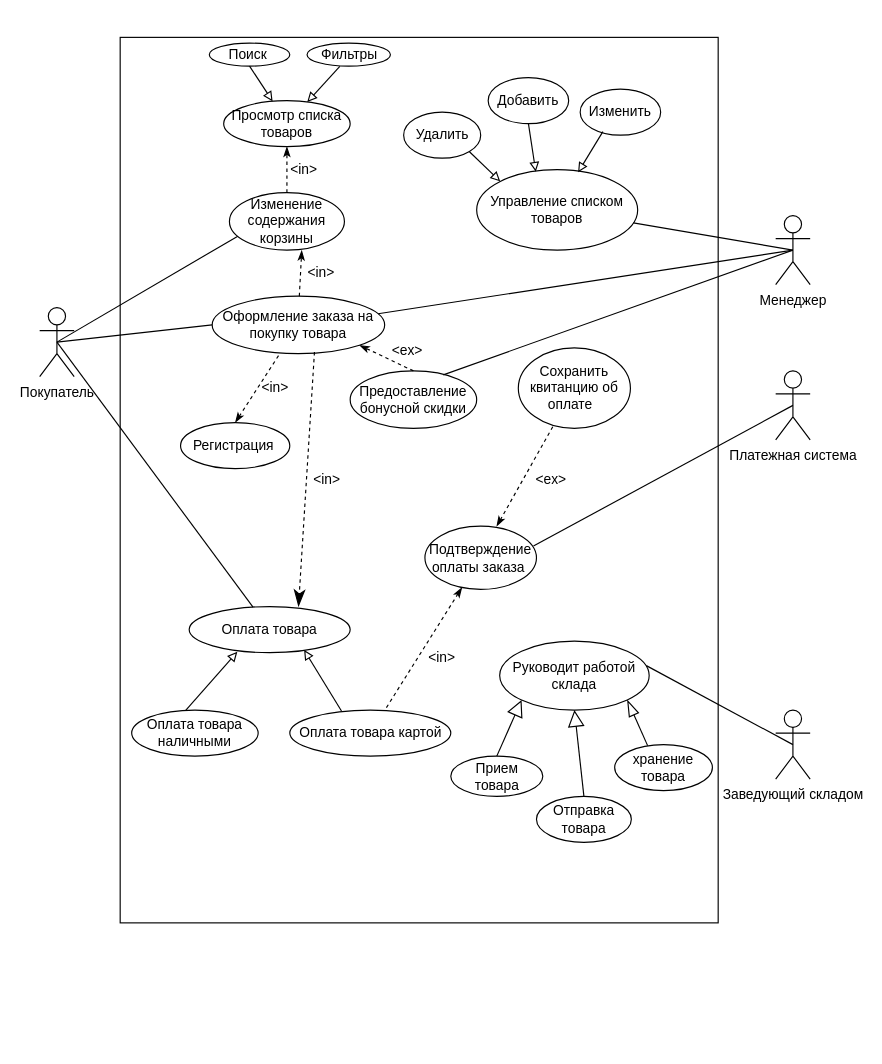
Above: Predmet_obl_use_case.drawio in ValeriaLebedeva/predmetnaya_obl_use_case (draw.io), before the change. Source tidied: cells renumbered, new cells numbered last; positions are measured from the earlier drawing's top-left corner, leaving out a move shared by most shapes. Both pictures are drawn from the tidied source at 115%, with x=0, y=0 at pixel (39, 37).
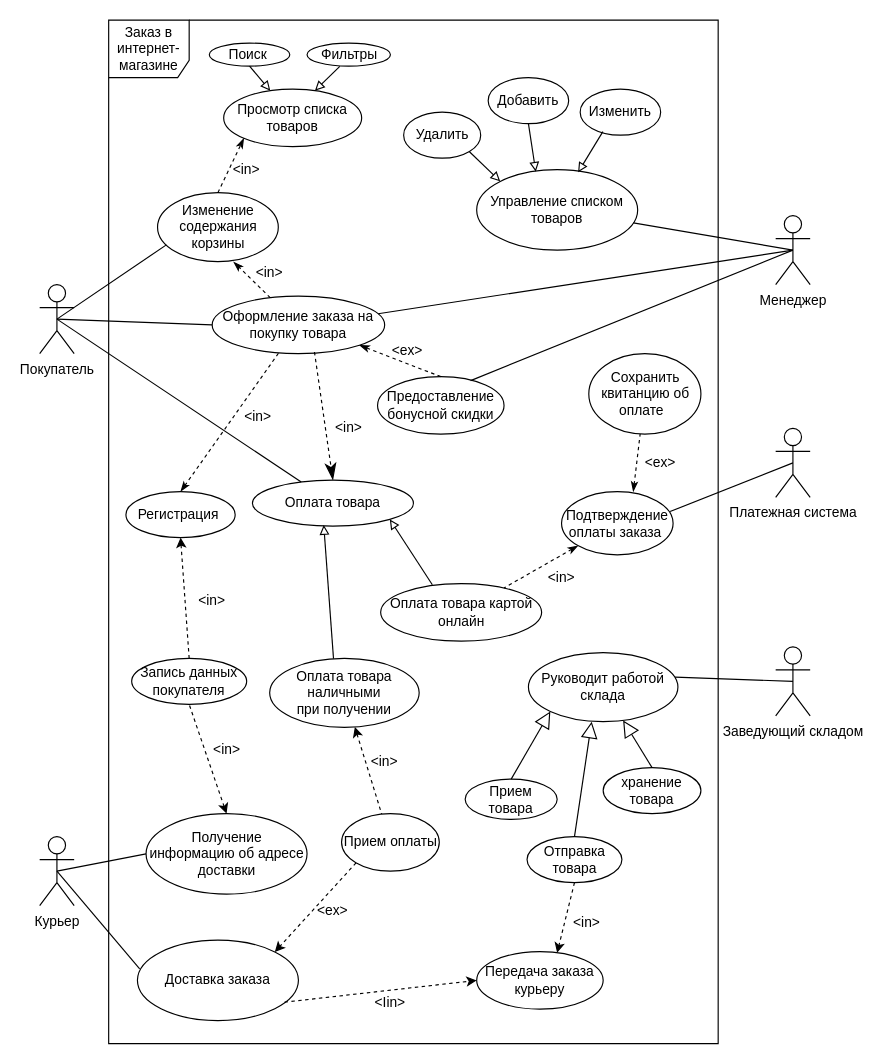
Above is the later version.

Unchanged cells that the change refers to:
```xml
<mxCell id="7" value="Оформление заказа на покупку товара" style="ellipse;whiteSpace=wrap;html=1;" parent="1" vertex="1">
  <mxGeometry x="150" y="225" width="150" height="50" as="geometry" />
</mxCell>
```

Diff of the diagram source:
```diff
@@
-    <mxCell id="2" style="rounded=0;whiteSpace=wrap;html=1;" parent="1" vertex="1">
-      <mxGeometry x="70" width="520" height="770" as="geometry" />
-    </mxCell>
+    <mxCell id="59" value="Заказ в интернет-магазине" style="shape=umlFrame;whiteSpace=wrap;html=1;width=70;height=50;" parent="1" vertex="1">
+      <mxGeometry x="60" y="-15" width="530" height="890" as="geometry" />
+    </mxCell>
     <mxCell id="3" value="Покупатель" style="shape=umlActor;verticalLabelPosition=bottom;verticalAlign=top;html=1;outlineConnect=0;" parent="1" vertex="1">
-      <mxGeometry y="235" width="30" height="60" as="geometry" />
+      <mxGeometry y="215" width="30" height="60" as="geometry" />
     </mxCell>
@@
     <mxCell id="5" value="Просмотр списка товаров" style="ellipse;whiteSpace=wrap;html=1;" parent="1" vertex="1">
-      <mxGeometry x="160" y="55" width="110" height="40" as="geometry" />
+      <mxGeometry x="160" y="45" width="120" height="50" as="geometry" />
     </mxCell>
     <mxCell id="6" value="Изменение содержания корзины" style="ellipse;whiteSpace=wrap;html=1;" parent="1" vertex="1">
-      <mxGeometry x="165" y="135" width="100" height="50" as="geometry" />
+      <mxGeometry x="102.5" y="135" width="105" height="60" as="geometry" />
     </mxCell>
@@
     <mxCell id="8" value="Оплата товара" style="ellipse;whiteSpace=wrap;html=1;" parent="1" vertex="1">
-      <mxGeometry x="130" y="495" width="140" height="40" as="geometry" />
+      <mxGeometry x="185" y="385" width="140" height="40" as="geometry" />
     </mxCell>
     <mxCell id="9" value="Регистрация&amp;nbsp;" style="ellipse;whiteSpace=wrap;html=1;" parent="1" vertex="1">
-      <mxGeometry x="122.5" y="335" width="95" height="40" as="geometry" />
+      <mxGeometry x="75" y="395" width="95" height="40" as="geometry" />
     </mxCell>
     <mxCell id="10" value="Предоставление бонусной скидки" style="ellipse;whiteSpace=wrap;html=1;" parent="1" vertex="1">
-      <mxGeometry x="270" y="290" width="110" height="50" as="geometry" />
+      <mxGeometry x="293.8" y="295" width="110" height="50" as="geometry" />
     </mxCell>
@@
-    <mxCell id="14" value="Оплата товара наличными" style="ellipse;whiteSpace=wrap;html=1;" parent="1" vertex="1">
-      <mxGeometry x="80" y="585" width="110" height="40" as="geometry" />
+    <mxCell id="14" value="Оплата товара наличными&lt;br&gt;при получении" style="ellipse;whiteSpace=wrap;html=1;" parent="1" vertex="1">
+      <mxGeometry x="200" y="540" width="130" height="60" as="geometry" />
     </mxCell>
-    <mxCell id="15" value="Оплата товара картой" style="ellipse;whiteSpace=wrap;html=1;" parent="1" vertex="1">
-      <mxGeometry x="217.5" y="585" width="140" height="40" as="geometry" />
+    <mxCell id="15" value="Оплата товара картой онлайн" style="ellipse;whiteSpace=wrap;html=1;" parent="1" vertex="1">
+      <mxGeometry x="296.5" y="475" width="140" height="50" as="geometry" />
     </mxCell>
@@
     <mxCell id="17" value="&amp;lt;in&amp;gt;" style="text;html=1;strokeColor=none;fillColor=none;align=center;verticalAlign=middle;whiteSpace=wrap;rounded=0;" parent="1" vertex="1">
-      <mxGeometry x="180" y="295" width="50" height="20" as="geometry" />
+      <mxGeometry x="165" y="320" width="50" height="20" as="geometry" />
     </mxCell>
@@
-    <mxCell id="19" style="endArrow=block;html=1;rounded=0;entryX=0.299;entryY=0.982;entryDx=0;entryDy=0;entryPerimeter=0;exitX=0.427;exitY=0.004;exitDx=0;exitDy=0;exitPerimeter=0;startArrow=none;startFill=0;endFill=0;" parent="1" edge="1" source="14" target="8">
+    <mxCell id="19" style="endArrow=block;html=1;rounded=0;entryX=0.443;entryY=0.975;entryDx=0;entryDy=0;entryPerimeter=0;exitX=0.427;exitY=0.004;exitDx=0;exitDy=0;exitPerimeter=0;startArrow=none;startFill=0;endFill=0;" parent="1" edge="1" source="14" target="8">
       <mxGeometry relative="1" as="geometry" />
     </mxCell>
-    <mxCell id="20" style="endArrow=block;html=1;rounded=0;endFill=0;exitX=0.321;exitY=0.019;exitDx=0;exitDy=0;exitPerimeter=0;entryX=0.714;entryY=0.943;entryDx=0;entryDy=0;entryPerimeter=0;" parent="1" edge="1" source="15" target="8">
+    <mxCell id="20" style="endArrow=block;html=1;rounded=0;endFill=0;exitX=0.321;exitY=0.019;exitDx=0;exitDy=0;exitPerimeter=0;entryX=1;entryY=1;entryDx=0;entryDy=0;" parent="1" edge="1" source="15" target="8">
       <mxGeometry relative="1" as="geometry" />
     </mxCell>
@@
-    <mxCell id="24" style="endArrow=classicThin;html=1;rounded=0;entryX=0.5;entryY=1;entryDx=0;entryDy=0;exitX=0.5;exitY=0;exitDx=0;exitDy=0;startArrow=none;startFill=0;dashed=1;endFill=1;" parent="1" edge="1" source="6" target="5">
+    <mxCell id="24" style="endArrow=classicThin;html=1;rounded=0;entryX=0;entryY=1;entryDx=0;entryDy=0;exitX=0.5;exitY=0;exitDx=0;exitDy=0;startArrow=none;startFill=0;dashed=1;endFill=1;" parent="1" edge="1" source="6" target="5">
       <mxGeometry relative="1" as="geometry" />
     </mxCell>
     <mxCell id="25" value="&amp;lt;in&amp;gt;" style="text;html=1;strokeColor=none;fillColor=none;align=center;verticalAlign=middle;whiteSpace=wrap;rounded=0;" parent="1" vertex="1">
-      <mxGeometry x="210" y="105" width="40" height="20" as="geometry" />
+      <mxGeometry x="160" y="105" width="40" height="20" as="geometry" />
     </mxCell>
@@
     <mxCell id="27" value="&amp;lt;in&amp;gt;" style="text;html=1;strokeColor=none;fillColor=none;align=center;verticalAlign=middle;whiteSpace=wrap;rounded=0;" parent="1" vertex="1">
-      <mxGeometry x="225" y="195" width="40" height="20" as="geometry" />
+      <mxGeometry x="180" y="195" width="40" height="20" as="geometry" />
     </mxCell>
@@
     <mxCell id="29" value="Сохранить квитанцию об оплате&amp;nbsp;&amp;nbsp;" style="ellipse;whiteSpace=wrap;html=1;" parent="1" vertex="1">
-      <mxGeometry x="416.2" y="270" width="97.5" height="70" as="geometry" />
+      <mxGeometry x="477.5" y="275" width="97.5" height="70" as="geometry" />
     </mxCell>
     <mxCell id="30" value="&amp;lt;ex&amp;gt;" style="text;html=1;strokeColor=none;fillColor=none;align=center;verticalAlign=middle;whiteSpace=wrap;rounded=0;" parent="1" vertex="1">
-      <mxGeometry x="430" y="375" width="30" height="20" as="geometry" />
+      <mxGeometry x="525" y="360" width="30" height="20" as="geometry" />
     </mxCell>
@@
     <mxCell id="32" value="Подтверждение&lt;br&gt;оплаты заказа&amp;nbsp;" style="ellipse;whiteSpace=wrap;html=1;" parent="1" vertex="1">
-      <mxGeometry x="335" y="425" width="97" height="55" as="geometry" />
+      <mxGeometry x="453.8" y="395" width="97" height="55" as="geometry" />
     </mxCell>
     <mxCell id="33" value="&amp;lt;in&amp;gt;" style="text;html=1;strokeColor=none;fillColor=none;align=center;verticalAlign=middle;whiteSpace=wrap;rounded=0;" parent="1" vertex="1">
-      <mxGeometry x="320" y="525" width="60" height="30" as="geometry" />
+      <mxGeometry x="423.8" y="455" width="60" height="30" as="geometry" />
     </mxCell>
     <mxCell id="34" value="Платежная система" style="shape=umlActor;verticalLabelPosition=bottom;verticalAlign=top;html=1;outlineConnect=0;" parent="1" vertex="1">
-      <mxGeometry x="640" y="290" width="30" height="60" as="geometry" />
+      <mxGeometry x="640" y="340" width="30" height="60" as="geometry" />
     </mxCell>
@@
-    <mxCell id="42" style="endArrow=classicThin;dashed=1;endFill=1;endSize=12;html=1;rounded=0;exitX=0.593;exitY=0.972;exitDx=0;exitDy=0;exitPerimeter=0;entryX=0.679;entryY=0;entryDx=0;entryDy=0;entryPerimeter=0;" parent="1" edge="1" source="7" target="8">
+    <mxCell id="42" style="endArrow=classicThin;dashed=1;endFill=1;endSize=12;html=1;rounded=0;exitX=0.593;exitY=0.972;exitDx=0;exitDy=0;exitPerimeter=0;entryX=0.5;entryY=0;entryDx=0;entryDy=0;" parent="1" edge="1" source="7" target="8">
       <mxGeometry relative="1" as="geometry" />
     </mxCell>
     <mxCell id="43" value="&amp;lt;in&amp;gt;" style="text;html=1;strokeColor=none;fillColor=none;align=center;verticalAlign=middle;whiteSpace=wrap;rounded=0;" parent="1" vertex="1">
-      <mxGeometry x="225" y="375" width="50" height="20" as="geometry" />
+      <mxGeometry x="243.8" y="330" width="50" height="20" as="geometry" />
     </mxCell>
@@
     <mxCell id="50" value="Заведующий складом" style="shape=umlActor;verticalLabelPosition=bottom;verticalAlign=top;html=1;" parent="1" vertex="1">
-      <mxGeometry x="640" y="585" width="30" height="60" as="geometry" />
+      <mxGeometry x="640" y="530" width="30" height="60" as="geometry" />
     </mxCell>
     <mxCell id="51" value="Руководит работой склада" style="ellipse;whiteSpace=wrap;html=1;" parent="1" vertex="1">
-      <mxGeometry x="400" y="525" width="130" height="60" as="geometry" />
+      <mxGeometry x="425" y="535" width="130" height="60" as="geometry" />
     </mxCell>
@@
     <mxCell id="53" value="Прием товара" style="ellipse;whiteSpace=wrap;html=1;" parent="1" vertex="1">
-      <mxGeometry x="357.5" y="625" width="80" height="35" as="geometry" />
+      <mxGeometry x="370" y="645" width="80" height="35" as="geometry" />
     </mxCell>
     <mxCell id="54" value="Отправка товара" style="ellipse;whiteSpace=wrap;html=1;" parent="1" vertex="1">
-      <mxGeometry x="432" y="660" width="82.5" height="40" as="geometry" />
+      <mxGeometry x="423.8" y="695" width="82.5" height="40" as="geometry" />
     </mxCell>
     <mxCell id="55" value="хранение товара" style="ellipse;whiteSpace=wrap;html=1;" parent="1" vertex="1">
-      <mxGeometry x="500" y="615" width="85" height="40" as="geometry" />
+      <mxGeometry x="490" y="635" width="85" height="40" as="geometry" />
     </mxCell>
@@
-    <mxCell id="57" style="endArrow=block;endFill=0;endSize=12;html=1;rounded=0;entryX=0.5;entryY=1;entryDx=0;entryDy=0;startArrow=none;startFill=0;exitX=0.5;exitY=0;exitDx=0;exitDy=0;" parent="1" edge="1" source="54" target="51">
+    <mxCell id="57" style="endArrow=block;endFill=0;endSize=12;html=1;rounded=0;entryX=0.423;entryY=1;entryDx=0;entryDy=0;startArrow=none;startFill=0;exitX=0.5;exitY=0;exitDx=0;exitDy=0;entryPerimeter=0;" parent="1" edge="1" source="54" target="51">
       <mxGeometry relative="1" as="geometry" />
     </mxCell>
-    <mxCell id="58" style="endArrow=blockThin;endFill=0;endSize=12;html=1;rounded=0;entryX=1;entryY=1;entryDx=0;entryDy=0;startArrow=none;startFill=0;exitX=0.337;exitY=0.022;exitDx=0;exitDy=0;exitPerimeter=0;" parent="1" edge="1" source="55" target="51">
+    <mxCell id="58" style="endArrow=block;endFill=0;endSize=12;html=1;rounded=0;startArrow=none;startFill=0;exitX=0.5;exitY=0;exitDx=0;exitDy=0;" parent="1" edge="1" source="55" target="51">
       <mxGeometry relative="1" as="geometry" />
     </mxCell>
+    <mxCell id="60" value="Курьер" style="shape=umlActor;verticalLabelPosition=bottom;verticalAlign=top;html=1;" parent="1" vertex="1">
+      <mxGeometry y="695" width="30" height="60" as="geometry" />
+    </mxCell>
+    <mxCell id="61" value="Получение информацию об адресе доставки" style="ellipse;whiteSpace=wrap;html=1;" parent="1" vertex="1">
+      <mxGeometry x="92.5" y="675" width="140" height="70" as="geometry" />
+    </mxCell>
+    <mxCell id="62" style="endArrow=none;html=1;rounded=0;entryX=0;entryY=0.5;entryDx=0;entryDy=0;exitX=0.5;exitY=0.5;exitDx=0;exitDy=0;exitPerimeter=0;" parent="1" edge="1" source="60" target="61">
+      <mxGeometry relative="1" as="geometry" />
+    </mxCell>
+    <mxCell id="63" value="Запись данных покупателя" style="ellipse;whiteSpace=wrap;html=1;" parent="1" vertex="1">
+      <mxGeometry x="80" y="540" width="100" height="40" as="geometry" />
+    </mxCell>
+    <mxCell id="64" style="endArrow=classic;html=1;rounded=0;exitX=0.5;exitY=0;exitDx=0;exitDy=0;entryX=0.5;entryY=1;entryDx=0;entryDy=0;dashed=1;" parent="1" edge="1" source="63" target="9">
+      <mxGeometry relative="1" as="geometry" />
+    </mxCell>
+    <mxCell id="65" style="endArrow=none;html=1;rounded=0;dashed=1;entryX=0.5;entryY=1;entryDx=0;entryDy=0;exitX=0.5;exitY=0;exitDx=0;exitDy=0;startArrow=classic;startFill=1;endFill=0;" parent="1" edge="1" source="61" target="63">
+      <mxGeometry relative="1" as="geometry" />
+    </mxCell>
+    <mxCell id="66" value="&amp;lt;in&amp;gt;" style="text;html=1;strokeColor=none;fillColor=none;align=center;verticalAlign=middle;whiteSpace=wrap;rounded=0;" parent="1" vertex="1">
+      <mxGeometry x="120" y="475" width="60" height="30" as="geometry" />
+    </mxCell>
+    <mxCell id="67" value="&amp;lt;in&amp;gt;" style="text;html=1;strokeColor=none;fillColor=none;align=center;verticalAlign=middle;whiteSpace=wrap;rounded=0;" parent="1" vertex="1">
+      <mxGeometry x="132.5" y="605" width="60" height="30" as="geometry" />
+    </mxCell>
+    <mxCell id="68" value="Доставка заказа" style="ellipse;whiteSpace=wrap;html=1;" parent="1" vertex="1">
+      <mxGeometry x="85" y="785" width="140" height="70" as="geometry" />
+    </mxCell>
+    <mxCell id="69" style="endArrow=none;html=1;rounded=0;exitX=0.5;exitY=0.5;exitDx=0;exitDy=0;exitPerimeter=0;entryX=0.014;entryY=0.357;entryDx=0;entryDy=0;entryPerimeter=0;" parent="1" edge="1" source="60" target="68">
+      <mxGeometry relative="1" as="geometry" />
+    </mxCell>
+    <mxCell id="70" style="endArrow=none;html=1;rounded=0;dashed=1;endFill=0;startArrow=classic;startFill=1;" parent="1" edge="1" source="14" target="77">
+      <mxGeometry relative="1" as="geometry" />
+    </mxCell>
+    <mxCell id="71" value="&amp;lt;in&amp;gt;" style="text;html=1;strokeColor=none;fillColor=none;align=center;verticalAlign=middle;whiteSpace=wrap;rounded=0;" parent="1" vertex="1">
+      <mxGeometry x="270" y="615" width="60" height="30" as="geometry" />
+    </mxCell>
+    <mxCell id="72" style="endArrow=classic;html=1;rounded=0;dashed=1;exitX=0.5;exitY=1;exitDx=0;exitDy=0;entryX=0.636;entryY=0.02;entryDx=0;entryDy=0;entryPerimeter=0;" parent="1" edge="1" source="54" target="73">
+      <mxGeometry relative="1" as="geometry" />
+    </mxCell>
+    <mxCell id="73" value="Передача заказа&lt;br&gt;курьеру" style="ellipse;whiteSpace=wrap;html=1;" parent="1" vertex="1">
+      <mxGeometry x="380" y="795" width="110" height="50" as="geometry" />
+    </mxCell>
+    <mxCell id="74" style="endArrow=classic;html=1;rounded=0;dashed=1;exitX=0.914;exitY=0.771;exitDx=0;exitDy=0;exitPerimeter=0;entryX=0;entryY=0.5;entryDx=0;entryDy=0;" parent="1" edge="1" source="68" target="73">
+      <mxGeometry relative="1" as="geometry" />
+    </mxCell>
+    <mxCell id="75" value="&amp;lt;Iin&amp;gt;" style="text;html=1;strokeColor=none;fillColor=none;align=center;verticalAlign=middle;whiteSpace=wrap;rounded=0;" parent="1" vertex="1">
+      <mxGeometry x="275" y="825" width="60" height="30" as="geometry" />
+    </mxCell>
+    <mxCell id="76" value="&amp;lt;in&amp;gt;" style="text;html=1;strokeColor=none;fillColor=none;align=center;verticalAlign=middle;whiteSpace=wrap;rounded=0;" parent="1" vertex="1">
+      <mxGeometry x="446.2" y="755" width="60" height="30" as="geometry" />
+    </mxCell>
+    <mxCell id="77" value="Прием оплаты" style="ellipse;whiteSpace=wrap;html=1;" parent="1" vertex="1">
+      <mxGeometry x="262.5" y="675" width="85" height="50" as="geometry" />
+    </mxCell>
+    <mxCell id="78" style="endArrow=classic;html=1;rounded=0;dashed=1;exitX=0;exitY=1;exitDx=0;exitDy=0;entryX=1;entryY=0;entryDx=0;entryDy=0;" parent="1" edge="1" source="77" target="68">
+      <mxGeometry relative="1" as="geometry" />
+    </mxCell>
+    <mxCell id="79" value="&amp;lt;ex&amp;gt;" style="text;html=1;strokeColor=none;fillColor=none;align=center;verticalAlign=middle;whiteSpace=wrap;rounded=0;" parent="1" vertex="1">
+      <mxGeometry x="225" y="745" width="60" height="30" as="geometry" />
+    </mxCell>
```
